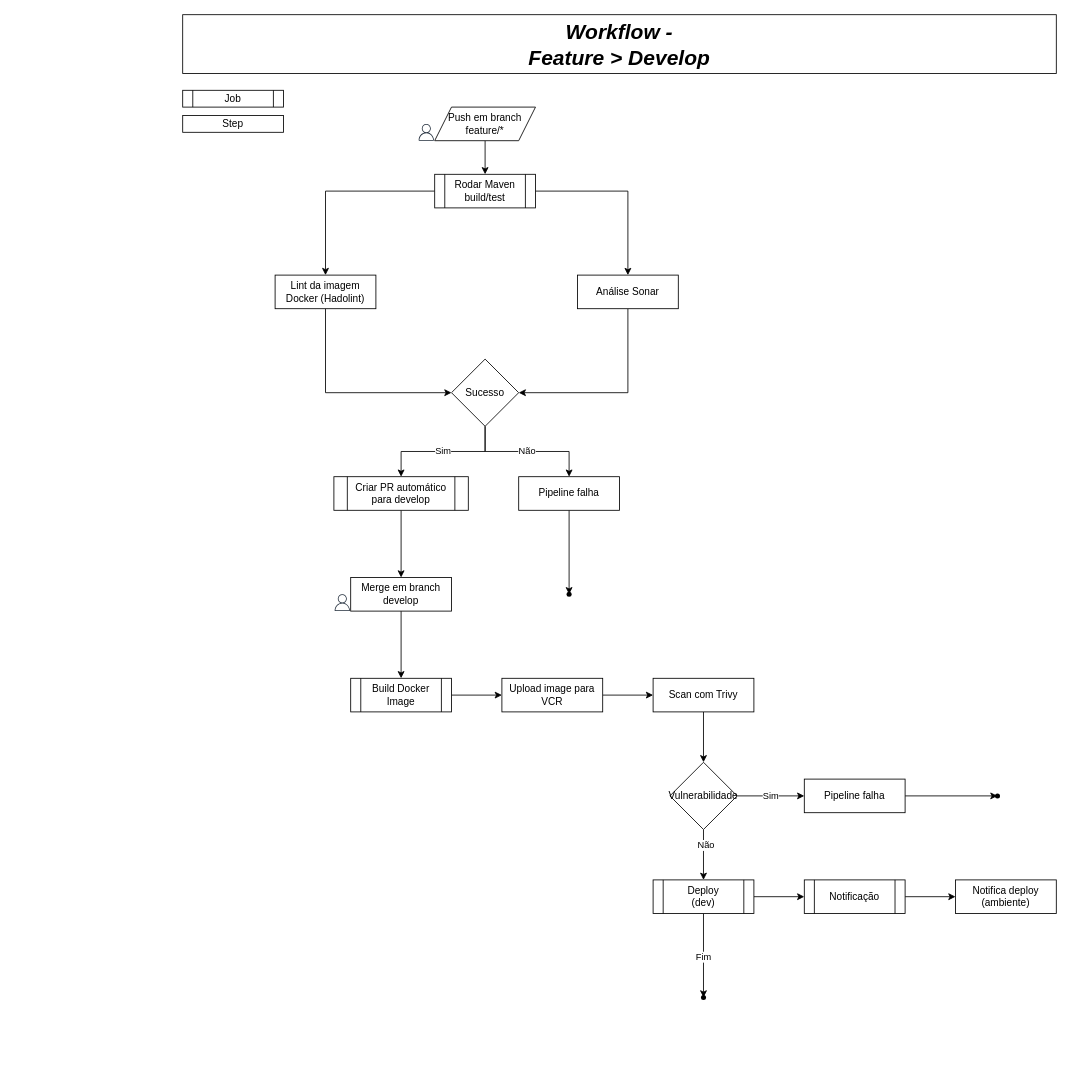
This is page "workflow" (4 of 4) of drawio/arquitetura.drawio from jhegner/kubernetes-labs, a draw.io file, before an edit. Source tidied: cells renumbered, new cells numbered last; positions are measured from the earlier drawing's top-left corner, leaving out a move shared by most shapes. Both pictures are drawn from the tidied source at 84%, with x=0, y=0 at pixel (182, 14).
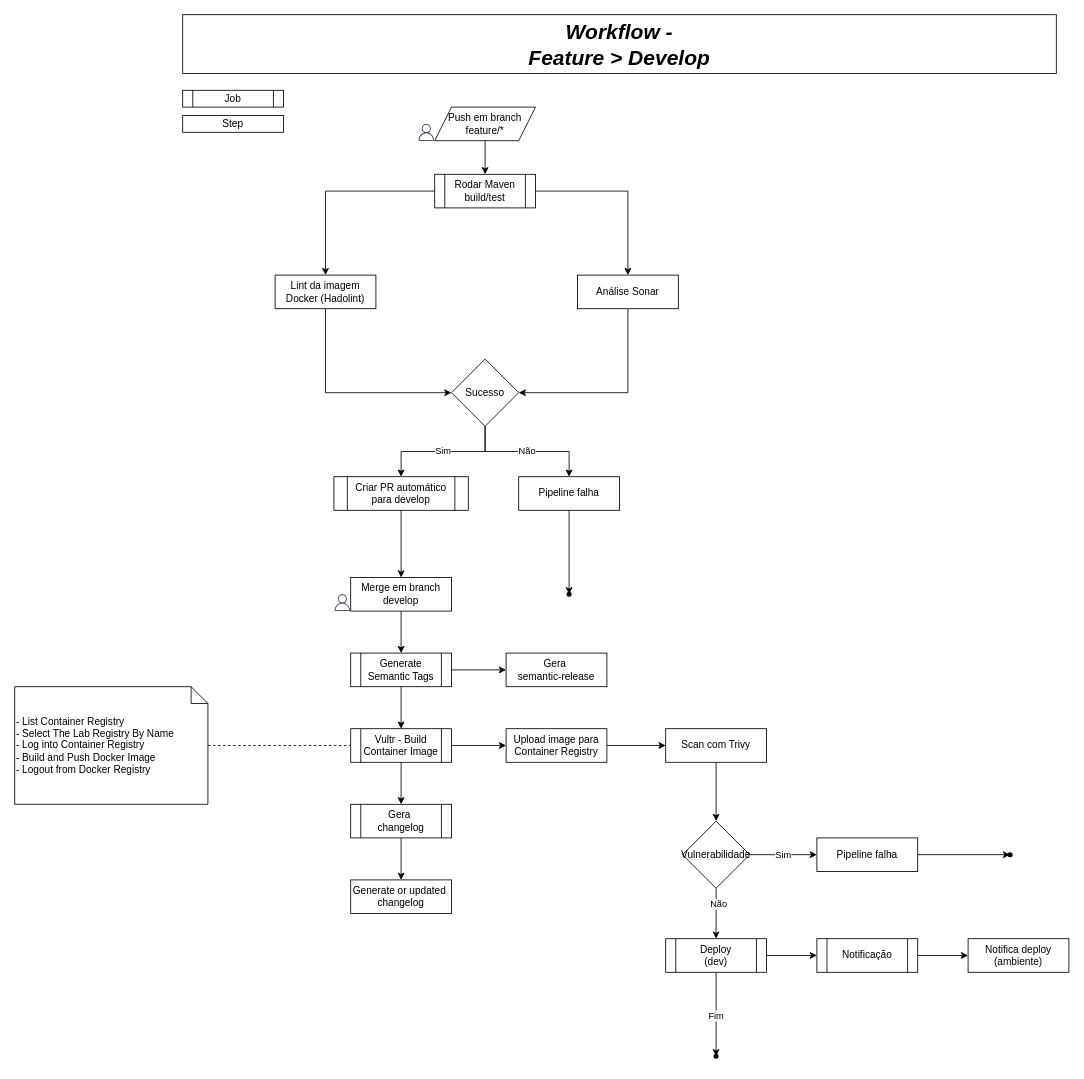
Above is the later version.

Commit message:
docs: atualizado fluxo cicd

The change refers to these unchanged cells:
```xml
<mxCell id="21" value="Merge em branch develop" style="whiteSpace=wrap;html=1;" parent="1" vertex="1">
  <mxGeometry x="200" y="670" width="120" height="40" as="geometry" />
</mxCell>
```

What changed in the source:
```diff
@@
-    <mxCell id="20" style="edgeStyle=orthogonalEdgeStyle;rounded=0;jettySize=auto;html=1;" parent="1" edge="1" source="21" target="23">
-      <mxGeometry relative="1" as="geometry" />
-    </mxCell>
+    <mxCell id="47" style="edgeStyle=orthogonalEdgeStyle;rounded=0;jettySize=auto;html=1;" parent="1" edge="1" source="21" target="53">
+      <mxGeometry relative="1" as="geometry" />
+    </mxCell>
@@
+    <mxCell id="48" style="edgeStyle=orthogonalEdgeStyle;rounded=0;jettySize=auto;html=1;" parent="1" edge="1" source="23" target="56">
+      <mxGeometry relative="1" as="geometry" />
+    </mxCell>
-    <mxCell id="23" value="Build Docker Image" style="shape=process;whiteSpace=wrap;html=1;backgroundOutline=1;" parent="1" vertex="1">
-      <mxGeometry x="200" y="790" width="120" height="40" as="geometry" />
+    <mxCell id="23" value="Vultr - Build &lt;br&gt;Container Image" style="shape=process;whiteSpace=wrap;html=1;backgroundOutline=1;" parent="1" vertex="1">
+      <mxGeometry x="200" y="850" width="120" height="40" as="geometry" />
     </mxCell>
@@
     <mxCell id="25" value="&lt;span style=&quot;text-wrap-mode: nowrap;&quot;&gt;Scan com Trivy&lt;/span&gt;" style="whiteSpace=wrap;html=1;" parent="1" vertex="1">
-      <mxGeometry x="560" y="790" width="120" height="40" as="geometry" />
+      <mxGeometry x="575" y="850" width="120" height="40" as="geometry" />
     </mxCell>
@@
-    <mxCell id="27" value="Upload image para VCR" style="whiteSpace=wrap;html=1;" parent="1" vertex="1">
-      <mxGeometry x="380" y="790" width="120" height="40" as="geometry" />
+    <mxCell id="27" value="Upload image para Container Registry" style="whiteSpace=wrap;html=1;" parent="1" vertex="1">
+      <mxGeometry x="385" y="850" width="120" height="40" as="geometry" />
     </mxCell>
@@
     <mxCell id="31" value="Vulnerabilidade" style="rhombus;whiteSpace=wrap;html=1;" parent="1" vertex="1">
-      <mxGeometry x="580" y="890" width="80" height="80" as="geometry" />
+      <mxGeometry x="595" y="960" width="80" height="80" as="geometry" />
     </mxCell>
@@
     <mxCell id="33" value="&lt;span style=&quot;text-wrap-mode: nowrap;&quot;&gt;Pipeline falha&lt;/span&gt;" style="whiteSpace=wrap;html=1;" parent="1" vertex="1">
-      <mxGeometry x="740" y="910" width="120" height="40" as="geometry" />
+      <mxGeometry x="755" y="980" width="120" height="40" as="geometry" />
     </mxCell>
     <mxCell id="34" style="shape=waypoint;sketch=0;size=6;points=[];fillColor=default;perimeter=centerPerimeter;snapToPoint=1;" parent="1" vertex="1">
-      <mxGeometry x="960" y="920" width="20" height="20" as="geometry" />
+      <mxGeometry x="975" y="990" width="20" height="20" as="geometry" />
     </mxCell>
@@
     <mxCell id="38" value="Deploy&lt;div&gt;(dev)&lt;/div&gt;" style="shape=process;whiteSpace=wrap;html=1;backgroundOutline=1;" parent="1" vertex="1">
-      <mxGeometry x="560" y="1030" width="120" height="40" as="geometry" />
+      <mxGeometry x="575" y="1100" width="120" height="40" as="geometry" />
     </mxCell>
     <mxCell id="39" style="shape=waypoint;sketch=0;size=6;points=[];fillColor=default;perimeter=centerPerimeter;snapToPoint=1;" parent="1" vertex="1">
-      <mxGeometry x="610" y="1160" width="20" height="20" as="geometry" />
+      <mxGeometry x="625" y="1230" width="20" height="20" as="geometry" />
     </mxCell>
@@
     <mxCell id="45" value="Notificação" style="shape=process;whiteSpace=wrap;html=1;backgroundOutline=1;" parent="1" vertex="1">
-      <mxGeometry x="740" y="1030" width="120" height="40" as="geometry" />
+      <mxGeometry x="755" y="1100" width="120" height="40" as="geometry" />
     </mxCell>
     <mxCell id="46" value="&lt;span style=&quot;text-wrap-mode: nowrap;&quot;&gt;Notifica deploy &lt;br&gt;(ambiente)&lt;/span&gt;" style="whiteSpace=wrap;html=1;" parent="1" vertex="1">
-      <mxGeometry x="920" y="1030" width="120" height="40" as="geometry" />
+      <mxGeometry x="935" y="1100" width="120" height="40" as="geometry" />
     </mxCell>
+    <mxCell id="49" style="edgeStyle=orthogonalEdgeStyle;rounded=0;jettySize=auto;html=1;dashed=1;endArrow=none;endFill=0;" parent="1" edge="1" source="50" target="23">
+      <mxGeometry relative="1" as="geometry" />
+    </mxCell>
+    <mxCell id="50" value="&lt;div&gt;&lt;span style=&quot;background-color: initial; color: rgb(0, 0, 0); --darkreader-inline-bgcolor: initial; --darkreader-inline-color: var(--darkreader-text-000000, #e3e1de);&quot;&gt;- List Container Registry&lt;/span&gt;&lt;/div&gt;&lt;div&gt;- Select The Lab Registry By Name&lt;/div&gt;&lt;div&gt;- Log into Container Registry&lt;/div&gt;&lt;div&gt;- Build and Push Docker Image&lt;/div&gt;&lt;div&gt;- Logout from Docker Registry&lt;/div&gt;" style="shape=note;size=20;whiteSpace=wrap;html=1;align=left;" parent="1" vertex="1">
+      <mxGeometry x="-200" y="800" width="230" height="140" as="geometry" />
+    </mxCell>
+    <mxCell id="51" style="edgeStyle=orthogonalEdgeStyle;rounded=0;jettySize=auto;html=1;" parent="1" edge="1" source="53" target="23">
+      <mxGeometry relative="1" as="geometry" />
+    </mxCell>
+    <mxCell id="52" style="edgeStyle=orthogonalEdgeStyle;rounded=0;jettySize=auto;html=1;" parent="1" edge="1" source="53" target="54">
+      <mxGeometry relative="1" as="geometry" />
+    </mxCell>
+    <mxCell id="53" value="Generate Semantic Tags" style="shape=process;whiteSpace=wrap;html=1;backgroundOutline=1;" parent="1" vertex="1">
+      <mxGeometry x="200" y="760" width="120" height="40" as="geometry" />
+    </mxCell>
+    <mxCell id="54" value="Gera&amp;nbsp;&lt;br&gt;semantic-release" style="whiteSpace=wrap;html=1;" parent="1" vertex="1">
+      <mxGeometry x="385" y="760" width="120" height="40" as="geometry" />
+    </mxCell>
+    <mxCell id="55" style="edgeStyle=orthogonalEdgeStyle;rounded=0;jettySize=auto;html=1;" parent="1" edge="1" source="56" target="57">
+      <mxGeometry relative="1" as="geometry" />
+    </mxCell>
+    <mxCell id="56" value="Gera&amp;nbsp;&lt;div&gt;changelog&lt;/div&gt;" style="shape=process;whiteSpace=wrap;html=1;backgroundOutline=1;" parent="1" vertex="1">
+      <mxGeometry x="200" y="940" width="120" height="40" as="geometry" />
+    </mxCell>
+    <mxCell id="57" value="Generate or updated&amp;nbsp;&lt;br&gt;changelog" style="whiteSpace=wrap;html=1;" parent="1" vertex="1">
+      <mxGeometry x="200" y="1030" width="120" height="40" as="geometry" />
+    </mxCell>
```
